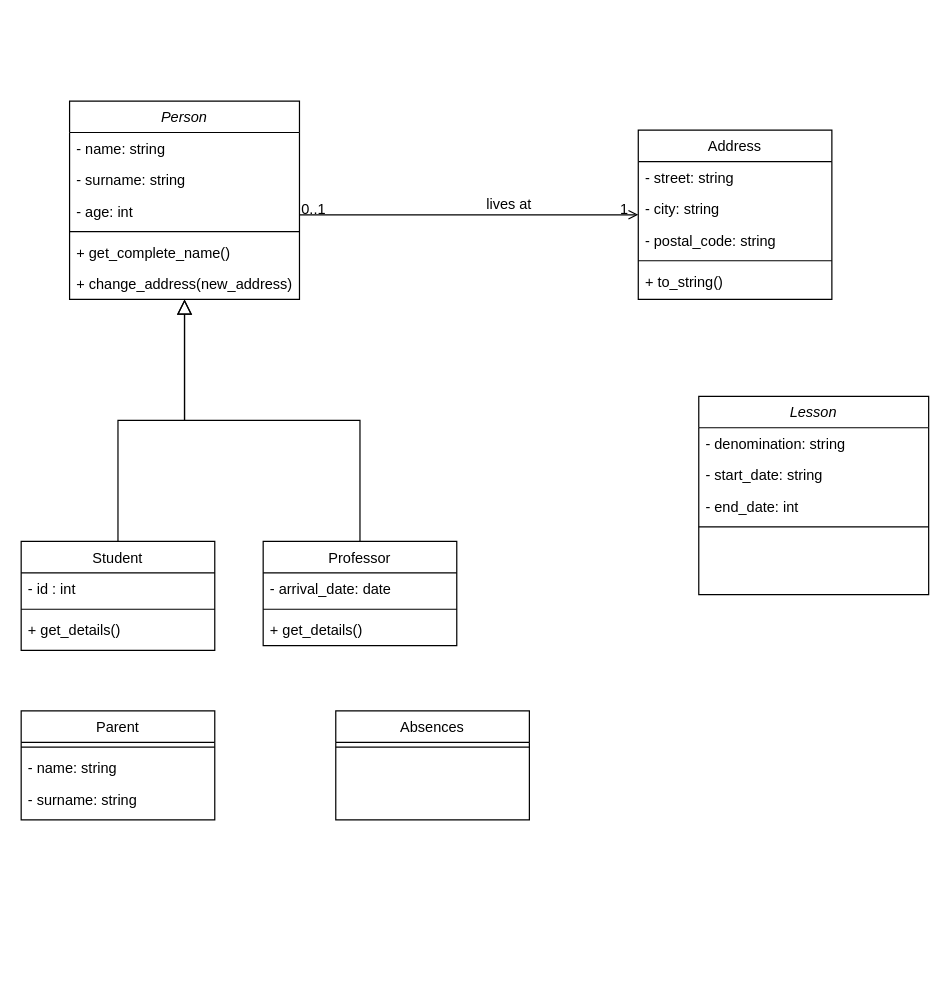
MelissaHOA/EXO_Gestion_Ecole keeps this draw.io diagram as doc/diagrammeClasse.drawio. Above is the earlier version. Source tidied: cells renumbered, new cells numbered last; positions are measured from the earlier drawing's top-left corner, leaving out a move shared by most shapes. Both pictures are drawn from the tidied source at 121%, with x=0, y=0 at pixel (21, 100).
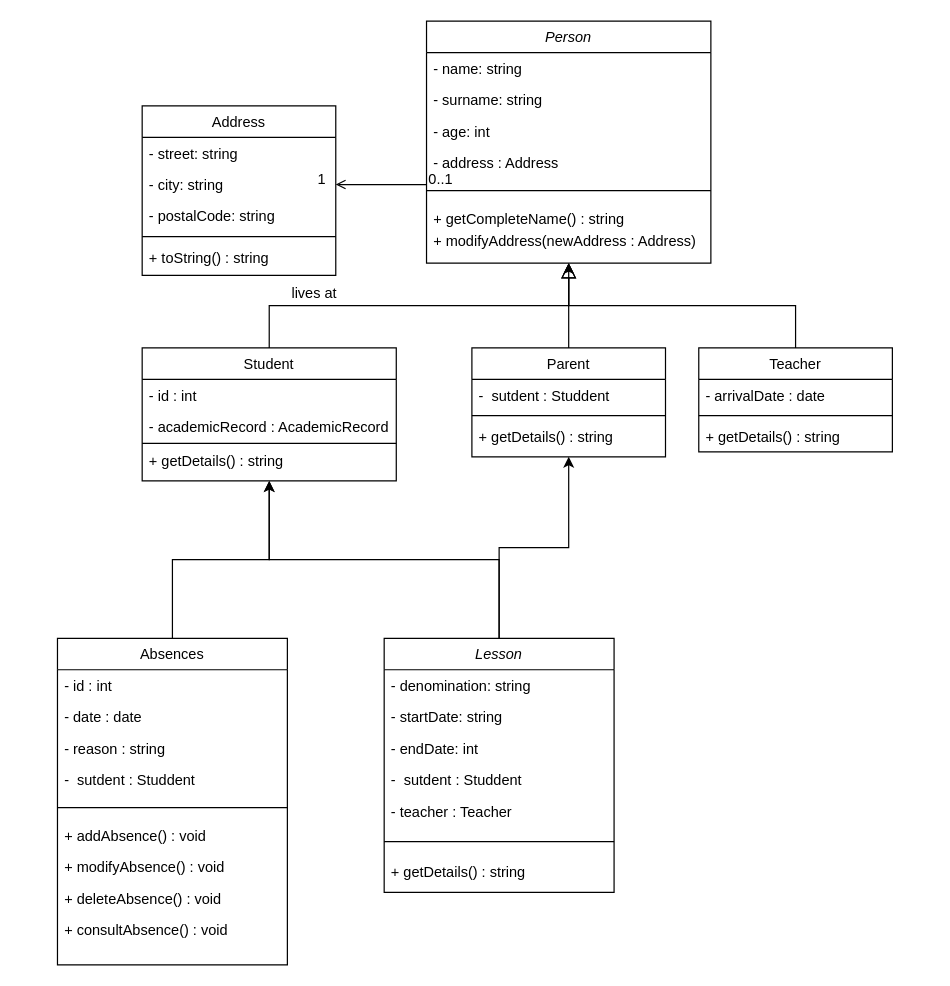
After the change.

Commit message:
Mettre à jour diagrammeClasse.drawio

Diff of the diagram source:
```diff
@@
     <mxCell id="2" value="Person" style="swimlane;fontStyle=2;align=center;verticalAlign=top;horizontal=1;startSize=26;rounded=0;shadow=0;strokeWidth=1;" parent="1" vertex="1">
-      <mxGeometry x="40" width="190" height="164" as="geometry" />
+      <mxGeometry x="335" y="-66" width="235" height="200" as="geometry" />
     </mxCell>
     <mxCell id="3" value="- name: string" style="text;align=left;verticalAlign=top;spacingLeft=4;spacingRight=4;overflow=hidden;" parent="2" vertex="1">
-      <mxGeometry y="26" width="190" height="26" as="geometry" />
+      <mxGeometry y="26" width="235" height="26" as="geometry" />
     </mxCell>
     <mxCell id="4" value="- surname: string" style="text;align=left;verticalAlign=top;spacingLeft=4;spacingRight=4;overflow=hidden;rounded=0;shadow=0;html=0;" parent="2" vertex="1">
-      <mxGeometry y="52" width="190" height="26" as="geometry" />
+      <mxGeometry y="52" width="235" height="26" as="geometry" />
     </mxCell>
-    <mxCell id="5" value="- age: int" style="text;align=left;verticalAlign=top;spacingLeft=4;spacingRight=4;overflow=hidden;rounded=0;shadow=0;html=0;" parent="2" vertex="1">
-      <mxGeometry y="78" width="190" height="26" as="geometry" />
+    <mxCell id="5" value="- age: int&#10;&#10;" style="text;align=left;verticalAlign=top;spacingLeft=4;spacingRight=4;overflow=hidden;rounded=0;shadow=0;html=0;" parent="2" vertex="1">
+      <mxGeometry y="78" width="235" height="26" as="geometry" />
     </mxCell>
+    <mxCell id="40" value="- address : Address" style="text;align=left;verticalAlign=top;spacingLeft=4;spacingRight=4;overflow=hidden;rounded=0;shadow=0;html=0;" parent="2" vertex="1">
+      <mxGeometry y="104" width="235" height="26" as="geometry" />
+    </mxCell>
     <mxCell id="6" style="line;html=1;strokeWidth=1;align=left;verticalAlign=middle;spacingTop=-1;spacingLeft=3;spacingRight=3;labelPosition=right;" parent="2" vertex="1">
-      <mxGeometry y="104" width="190" height="8" as="geometry" />
+      <mxGeometry y="130" width="235" height="20" as="geometry" />
     </mxCell>
-    <mxCell id="7" value="+ get_complete_name()" style="text;align=left;verticalAlign=top;spacingLeft=4;spacingRight=4;overflow=hidden;" parent="2" vertex="1">
-      <mxGeometry y="112" width="190" height="26" as="geometry" />
+    <mxCell id="7" value="+ getCompleteName() : string" style="text;align=left;verticalAlign=top;spacingLeft=4;spacingRight=4;overflow=hidden;" parent="2" vertex="1">
+      <mxGeometry y="150" width="235" height="18" as="geometry" />
     </mxCell>
-    <mxCell id="8" value="+ change_address(new_address)" style="text;align=left;verticalAlign=top;spacingLeft=4;spacingRight=4;overflow=hidden;" parent="2" vertex="1">
-      <mxGeometry y="138" width="190" height="26" as="geometry" />
+    <mxCell id="8" value="+ modifyAddress(newAddress : Address)" style="text;align=left;verticalAlign=top;spacingLeft=4;spacingRight=4;overflow=hidden;" parent="2" vertex="1">
+      <mxGeometry y="168" width="235" height="26" as="geometry" />
     </mxCell>
     <mxCell id="9" value="Student" style="swimlane;fontStyle=0;align=center;verticalAlign=top;horizontal=1;startSize=26;rounded=0;shadow=0;strokeWidth=1;" parent="1" vertex="1">
-      <mxGeometry y="364" width="160" height="90" as="geometry" />
+      <mxGeometry x="100" y="204" width="210" height="110" as="geometry" />
     </mxCell>
     <mxCell id="10" value="- id : int" style="text;align=left;verticalAlign=top;spacingLeft=4;spacingRight=4;overflow=hidden;" parent="9" vertex="1">
-      <mxGeometry y="26" width="160" height="26" as="geometry" />
+      <mxGeometry y="26" width="210" height="26" as="geometry" />
     </mxCell>
+    <mxCell id="41" value="- academicRecord : AcademicRecord" style="text;align=left;verticalAlign=top;spacingLeft=4;spacingRight=4;overflow=hidden;" parent="9" vertex="1">
+      <mxGeometry y="52" width="210" height="26" as="geometry" />
+    </mxCell>
     <mxCell id="11" style="line;html=1;strokeWidth=1;align=left;verticalAlign=middle;spacingTop=-1;spacingLeft=3;spacingRight=3;labelPosition=right;" parent="9" vertex="1">
-      <mxGeometry y="52" width="160" height="8" as="geometry" />
+      <mxGeometry y="78" width="210" height="2" as="geometry" />
     </mxCell>
-    <mxCell id="12" value="+ get_details()" style="text;align=left;verticalAlign=top;spacingLeft=4;spacingRight=4;overflow=hidden;" parent="9" vertex="1">
-      <mxGeometry y="60" width="160" height="26" as="geometry" />
+    <mxCell id="12" value="+ getDetails() : string" style="text;align=left;verticalAlign=top;spacingLeft=4;spacingRight=4;overflow=hidden;" parent="9" vertex="1">
+      <mxGeometry y="80" width="210" height="26" as="geometry" />
     </mxCell>
@@
-    <mxCell id="14" value="Professor" style="swimlane;fontStyle=0;align=center;verticalAlign=top;horizontal=1;startSize=26;rounded=0;shadow=0;strokeWidth=1;" parent="1" vertex="1">
-      <mxGeometry x="200" y="364" width="160" height="86" as="geometry" />
+    <mxCell id="14" value="Teacher" style="swimlane;fontStyle=0;align=center;verticalAlign=top;horizontal=1;startSize=26;rounded=0;shadow=0;strokeWidth=1;" parent="1" vertex="1">
+      <mxGeometry x="560" y="204" width="160" height="86" as="geometry" />
     </mxCell>
-    <mxCell id="15" value="- arrival_date: date" style="text;align=left;verticalAlign=top;spacingLeft=4;spacingRight=4;overflow=hidden;" parent="14" vertex="1">
+    <mxCell id="15" value="- arrivalDate : date" style="text;align=left;verticalAlign=top;spacingLeft=4;spacingRight=4;overflow=hidden;" parent="14" vertex="1">
       <mxGeometry y="26" width="160" height="26" as="geometry" />
     </mxCell>
@@
-    <mxCell id="17" value="+ get_details()" style="text;align=left;verticalAlign=top;spacingLeft=4;spacingRight=4;overflow=hidden;" parent="14" vertex="1">
+    <mxCell id="17" value="+ getDetails() : string" style="text;align=left;verticalAlign=top;spacingLeft=4;spacingRight=4;overflow=hidden;" parent="14" vertex="1">
       <mxGeometry y="60" width="160" height="26" as="geometry" />
     </mxCell>
@@
     <mxCell id="19" value="Address" style="swimlane;fontStyle=0;align=center;verticalAlign=top;horizontal=1;startSize=26;rounded=0;shadow=0;strokeWidth=1;" parent="1" vertex="1">
-      <mxGeometry x="510" y="24" width="160" height="140" as="geometry" />
+      <mxGeometry x="100" y="4" width="160" height="140" as="geometry" />
     </mxCell>
@@
-    <mxCell id="22" value="- postal_code: string" style="text;align=left;verticalAlign=top;spacingLeft=4;spacingRight=4;overflow=hidden;rounded=0;shadow=0;html=0;" parent="19" vertex="1">
+    <mxCell id="22" value="- postalCode: string" style="text;align=left;verticalAlign=top;spacingLeft=4;spacingRight=4;overflow=hidden;rounded=0;shadow=0;html=0;" parent="19" vertex="1">
       <mxGeometry y="78" width="160" height="26" as="geometry" />
     </mxCell>
@@
-    <mxCell id="24" value="+ to_string()" style="text;align=left;verticalAlign=top;spacingLeft=4;spacingRight=4;overflow=hidden;" parent="19" vertex="1">
+    <mxCell id="24" value="+ toString() : string" style="text;align=left;verticalAlign=top;spacingLeft=4;spacingRight=4;overflow=hidden;" parent="19" vertex="1">
       <mxGeometry y="112" width="160" height="26" as="geometry" />
     </mxCell>
@@
+    <mxCell id="42" style="edgeStyle=orthogonalEdgeStyle;rounded=0;jettySize=auto;html=1;" parent="1" edge="1" source="29" target="34">
+      <mxGeometry relative="1" as="geometry" />
+    </mxCell>
+    <mxCell id="43" style="edgeStyle=orthogonalEdgeStyle;rounded=0;jettySize=auto;html=1;" parent="1" edge="1" source="29" target="9">
+      <mxGeometry relative="1" as="geometry" />
+    </mxCell>
     <mxCell id="29" value="Lesson" style="swimlane;fontStyle=2;align=center;verticalAlign=top;horizontal=1;startSize=26;rounded=0;shadow=0;strokeWidth=1;" parent="1" vertex="1">
-      <mxGeometry x="560" y="244" width="190" height="164" as="geometry" />
+      <mxGeometry x="300" y="444" width="190" height="210" as="geometry" />
     </mxCell>
@@
-    <mxCell id="31" value="- start_date: string" style="text;align=left;verticalAlign=top;spacingLeft=4;spacingRight=4;overflow=hidden;rounded=0;shadow=0;html=0;" parent="29" vertex="1">
+    <mxCell id="31" value="- startDate: string" style="text;align=left;verticalAlign=top;spacingLeft=4;spacingRight=4;overflow=hidden;rounded=0;shadow=0;html=0;" parent="29" vertex="1">
       <mxGeometry y="52" width="190" height="26" as="geometry" />
     </mxCell>
-    <mxCell id="32" value="- end_date: int" style="text;align=left;verticalAlign=top;spacingLeft=4;spacingRight=4;overflow=hidden;rounded=0;shadow=0;html=0;" parent="29" vertex="1">
+    <mxCell id="32" value="- endDate: int" style="text;align=left;verticalAlign=top;spacingLeft=4;spacingRight=4;overflow=hidden;rounded=0;shadow=0;html=0;" parent="29" vertex="1">
       <mxGeometry y="78" width="190" height="26" as="geometry" />
     </mxCell>
+    <mxCell id="44" value="-  sutdent : Studdent" style="text;align=left;verticalAlign=top;spacingLeft=4;spacingRight=4;overflow=hidden;" parent="29" vertex="1">
+      <mxGeometry y="104" width="190" height="26" as="geometry" />
+    </mxCell>
+    <mxCell id="45" value="- teacher : Teacher" style="text;align=left;verticalAlign=top;spacingLeft=4;spacingRight=4;overflow=hidden;" parent="29" vertex="1">
+      <mxGeometry y="130" width="190" height="26" as="geometry" />
+    </mxCell>
     <mxCell id="33" style="line;html=1;strokeWidth=1;align=left;verticalAlign=middle;spacingTop=-1;spacingLeft=3;spacingRight=3;labelPosition=right;" parent="29" vertex="1">
-      <mxGeometry y="104" width="190" height="8" as="geometry" />
+      <mxGeometry y="156" width="190" height="24" as="geometry" />
     </mxCell>
+    <mxCell id="46" value="+ getDetails() : string" style="text;align=left;verticalAlign=top;spacingLeft=4;spacingRight=4;overflow=hidden;" parent="29" vertex="1">
+      <mxGeometry y="180" width="190" height="26" as="geometry" />
+    </mxCell>
+    <mxCell id="47" style="edgeStyle=orthogonalEdgeStyle;rounded=0;jettySize=auto;html=1;" parent="1" edge="1" source="38" target="9">
+      <mxGeometry relative="1" as="geometry" />
+    </mxCell>
+    <mxCell id="38" value="Absences" style="swimlane;fontStyle=0;align=center;verticalAlign=top;horizontal=1;startSize=26;rounded=0;shadow=0;strokeWidth=1;" parent="1" vertex="1">
+      <mxGeometry x="30" y="444" width="190" height="270" as="geometry" />
+    </mxCell>
+    <mxCell id="48" value="- id : int" style="text;align=left;verticalAlign=top;spacingLeft=4;spacingRight=4;overflow=hidden;" parent="38" vertex="1">
+      <mxGeometry y="26" width="190" height="26" as="geometry" />
+    </mxCell>
+    <mxCell id="49" value="- date : date" style="text;align=left;verticalAlign=top;spacingLeft=4;spacingRight=4;overflow=hidden;" parent="38" vertex="1">
+      <mxGeometry y="52" width="190" height="26" as="geometry" />
+    </mxCell>
+    <mxCell id="50" value="- reason : string " style="text;align=left;verticalAlign=top;spacingLeft=4;spacingRight=4;overflow=hidden;" parent="38" vertex="1">
+      <mxGeometry y="78" width="190" height="26" as="geometry" />
+    </mxCell>
+    <mxCell id="51" value="-  sutdent : Studdent" style="text;align=left;verticalAlign=top;spacingLeft=4;spacingRight=4;overflow=hidden;" parent="38" vertex="1">
+      <mxGeometry y="104" width="190" height="26" as="geometry" />
+    </mxCell>
+    <mxCell id="39" style="line;html=1;strokeWidth=1;align=left;verticalAlign=middle;spacingTop=-1;spacingLeft=3;spacingRight=3;labelPosition=right;" parent="38" vertex="1">
+      <mxGeometry y="130" width="190" height="20" as="geometry" />
+    </mxCell>
+    <mxCell id="52" value="+ addAbsence() : void" style="text;align=left;verticalAlign=top;spacingLeft=4;spacingRight=4;overflow=hidden;" parent="38" vertex="1">
+      <mxGeometry y="150" width="190" height="26" as="geometry" />
+    </mxCell>
+    <mxCell id="53" value="+ modifyAbsence() : void" style="text;align=left;verticalAlign=top;spacingLeft=4;spacingRight=4;overflow=hidden;" parent="38" vertex="1">
+      <mxGeometry y="176" width="190" height="26" as="geometry" />
+    </mxCell>
+    <mxCell id="54" value="+ deleteAbsence() : void" style="text;align=left;verticalAlign=top;spacingLeft=4;spacingRight=4;overflow=hidden;" parent="38" vertex="1">
+      <mxGeometry y="202" width="190" height="26" as="geometry" />
+    </mxCell>
+    <mxCell id="55" value="+ consultAbsence() : void" style="text;align=left;verticalAlign=top;spacingLeft=4;spacingRight=4;overflow=hidden;" parent="38" vertex="1">
+      <mxGeometry y="228" width="190" height="26" as="geometry" />
+    </mxCell>
+    <mxCell id="56" style="edgeStyle=orthogonalEdgeStyle;rounded=0;jettySize=auto;html=1;" parent="1" edge="1" source="34" target="2">
+      <mxGeometry relative="1" as="geometry" />
+    </mxCell>
     <mxCell id="34" value="Parent" style="swimlane;fontStyle=0;align=center;verticalAlign=top;horizontal=1;startSize=26;rounded=0;shadow=0;strokeWidth=1;" parent="1" vertex="1">
-      <mxGeometry y="504" width="160" height="90" as="geometry" />
+      <mxGeometry x="372.5" y="204" width="160" height="90" as="geometry" />
     </mxCell>
-    <mxCell id="35" style="line;html=1;strokeWidth=1;align=left;verticalAlign=middle;spacingTop=-1;spacingLeft=3;spacingRight=3;labelPosition=right;" parent="34" vertex="1">
-      <mxGeometry y="26" width="160" height="8" as="geometry" />
-    </mxCell>
-    <mxCell id="36" value="- name: string" style="text;align=left;verticalAlign=top;spacingLeft=4;spacingRight=4;overflow=hidden;" parent="34" vertex="1">
-      <mxGeometry y="34" width="160" height="26" as="geometry" />
-    </mxCell>
-    <mxCell id="37" value="- surname: string" style="text;align=left;verticalAlign=top;spacingLeft=4;spacingRight=4;overflow=hidden;rounded=0;shadow=0;html=0;" parent="34" vertex="1">
-      <mxGeometry y="60" width="160" height="26" as="geometry" />
-    </mxCell>
-    <mxCell id="38" value="Absences" style="swimlane;fontStyle=0;align=center;verticalAlign=top;horizontal=1;startSize=26;rounded=0;shadow=0;strokeWidth=1;" parent="1" vertex="1">
-      <mxGeometry x="260" y="504" width="160" height="90" as="geometry" />
-    </mxCell>
-    <mxCell id="39" style="line;html=1;strokeWidth=1;align=left;verticalAlign=middle;spacingTop=-1;spacingLeft=3;spacingRight=3;labelPosition=right;" parent="38" vertex="1">
-      <mxGeometry y="26" width="160" height="8" as="geometry" />
-    </mxCell>
+    <mxCell id="57" value="-  sutdent : Studdent" style="text;align=left;verticalAlign=top;spacingLeft=4;spacingRight=4;overflow=hidden;" parent="34" vertex="1">
+      <mxGeometry y="26" width="160" height="26" as="geometry" />
+    </mxCell>
+    <mxCell id="58" style="line;html=1;strokeWidth=1;align=left;verticalAlign=middle;spacingTop=-1;spacingLeft=3;spacingRight=3;labelPosition=right;" parent="34" vertex="1">
+      <mxGeometry y="52" width="160" height="8" as="geometry" />
+    </mxCell>
+    <mxCell id="59" value="+ getDetails() : string" style="text;align=left;verticalAlign=top;spacingLeft=4;spacingRight=4;overflow=hidden;" parent="34" vertex="1">
+      <mxGeometry y="60" width="160" height="26" as="geometry" />
+    </mxCell>
```
